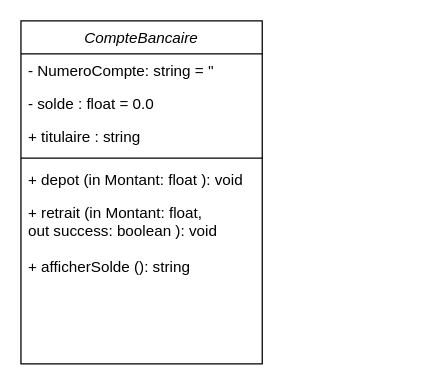
This is ComptBankClass.drawio from PreYem/preyem.github.io, a draw.io file, before an edit. Source tidied: cells renumbered, new cells numbered last; positions are measured from the earlier drawing's top-left corner, leaving out a move shared by most shapes. Both pictures are drawn from the tidied source at 127%, with x=0, y=0 at pixel (20, 20).
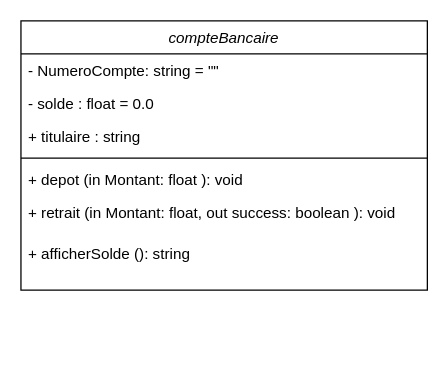
The same diagram, later.

What changed in the source:
```diff
@@
 <mxGraphModel>
   <root>
     <mxCell id="0" />
     <mxCell id="1" parent="0" />
-    <mxCell id="2" value="CompteBancaire" style="swimlane;fontStyle=2;align=center;verticalAlign=top;horizontal=1;startSize=26;rounded=0;shadow=0;strokeWidth=1;" parent="1" vertex="1">
-      <mxGeometry width="190" height="270" as="geometry" />
+    <mxCell id="2" value="compteBancaire" style="swimlane;fontStyle=2;align=center;verticalAlign=top;horizontal=1;startSize=26;rounded=0;shadow=0;strokeWidth=1;" parent="1" vertex="1">
+      <mxGeometry width="320" height="212" as="geometry" />
     </mxCell>
-    <mxCell id="3" value="- NumeroCompte: string = ''" style="text;align=left;verticalAlign=top;spacingLeft=4;spacingRight=4;overflow=hidden;" parent="2" vertex="1">
-      <mxGeometry y="26" width="190" height="26" as="geometry" />
+    <mxCell id="3" value="- NumeroCompte: string = &quot;&quot;" style="text;align=left;verticalAlign=top;spacingLeft=4;spacingRight=4;overflow=hidden;" parent="2" vertex="1">
+      <mxGeometry y="26" width="320" height="26" as="geometry" />
     </mxCell>
     <mxCell id="4" value="- solde : float = 0.0" style="text;align=left;verticalAlign=top;spacingLeft=4;spacingRight=4;overflow=hidden;rounded=0;shadow=0;html=0;" parent="2" vertex="1">
-      <mxGeometry y="52" width="190" height="26" as="geometry" />
+      <mxGeometry y="52" width="320" height="26" as="geometry" />
     </mxCell>
     <mxCell id="5" value="+ titulaire : string" style="text;align=left;verticalAlign=top;spacingLeft=4;spacingRight=4;overflow=hidden;rounded=0;shadow=0;html=0;" parent="2" vertex="1">
-      <mxGeometry y="78" width="190" height="26" as="geometry" />
+      <mxGeometry y="78" width="320" height="26" as="geometry" />
     </mxCell>
     <mxCell id="6" style="line;html=1;strokeWidth=1;align=left;verticalAlign=middle;spacingTop=-1;spacingLeft=3;spacingRight=3;labelPosition=right;" parent="2" vertex="1">
-      <mxGeometry y="104" width="190" height="8" as="geometry" />
+      <mxGeometry y="104" width="320" height="8" as="geometry" />
     </mxCell>
     <mxCell id="7" value="+ depot (in Montant: float ): void" style="text;align=left;verticalAlign=top;spacingLeft=4;spacingRight=4;overflow=hidden;rounded=0;shadow=0;html=0;" parent="2" vertex="1">
-      <mxGeometry y="112" width="190" height="26" as="geometry" />
+      <mxGeometry y="112" width="320" height="26" as="geometry" />
     </mxCell>
-    <mxCell id="8" value="+ retrait (in Montant: float,&#10;out success: boolean ): void&#10;" style="text;align=left;verticalAlign=top;spacingLeft=4;spacingRight=4;overflow=hidden;rounded=0;shadow=0;html=0;" parent="2" vertex="1">
-      <mxGeometry y="138" width="190" height="42" as="geometry" />
+    <mxCell id="8" value="+ retrait (in Montant: float, out success: boolean ): void" style="text;align=left;verticalAlign=top;spacingLeft=4;spacingRight=4;overflow=hidden;rounded=0;shadow=0;html=0;" parent="2" vertex="1">
+      <mxGeometry y="138" width="320" height="32" as="geometry" />
     </mxCell>
     <mxCell id="9" value="+ afficherSolde (): string" style="text;align=left;verticalAlign=top;spacingLeft=4;spacingRight=4;overflow=hidden;rounded=0;shadow=0;html=0;" parent="2" vertex="1">
-      <mxGeometry y="180" width="190" height="42" as="geometry" />
+      <mxGeometry y="170" width="320" height="42" as="geometry" />
     </mxCell>
   </root>
 </mxGraphModel>
```
